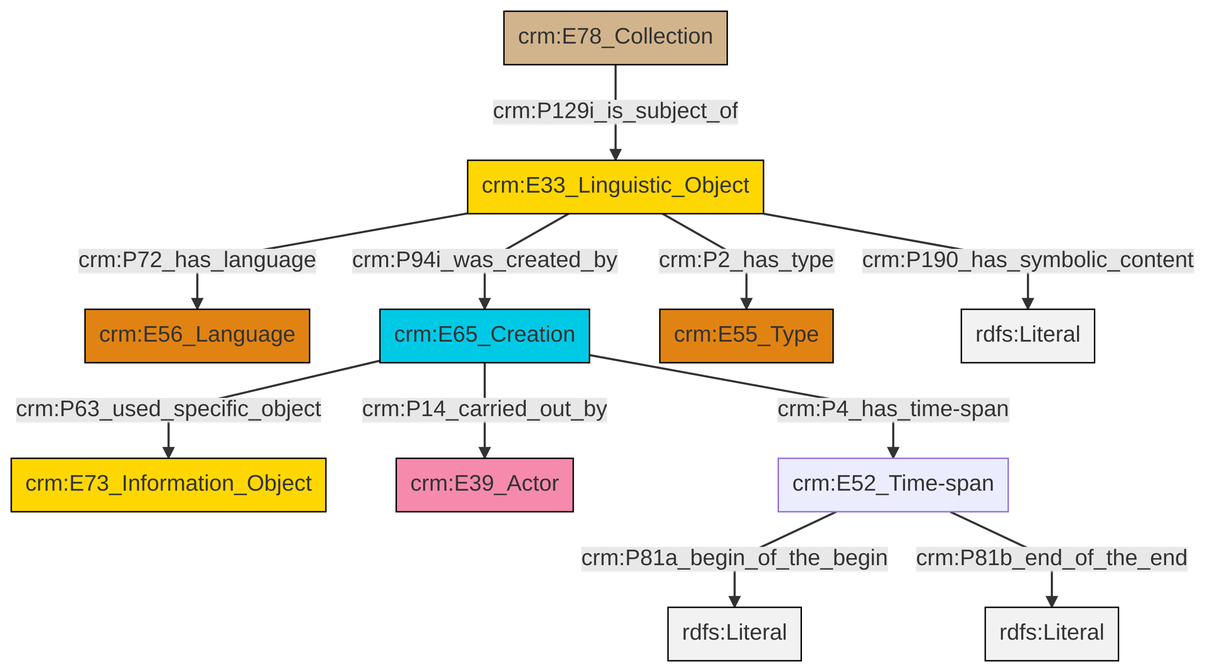
This is et/archivalCSV/ttl/mmd/png/archival_desc.png from swiss-art-research-net/docs.swissartresearch, a Mermaid export, as it was before one commit. Its source is kept beside it as et/archivalCSV/ttl/mmd/archival_desc.ttl.mmd.
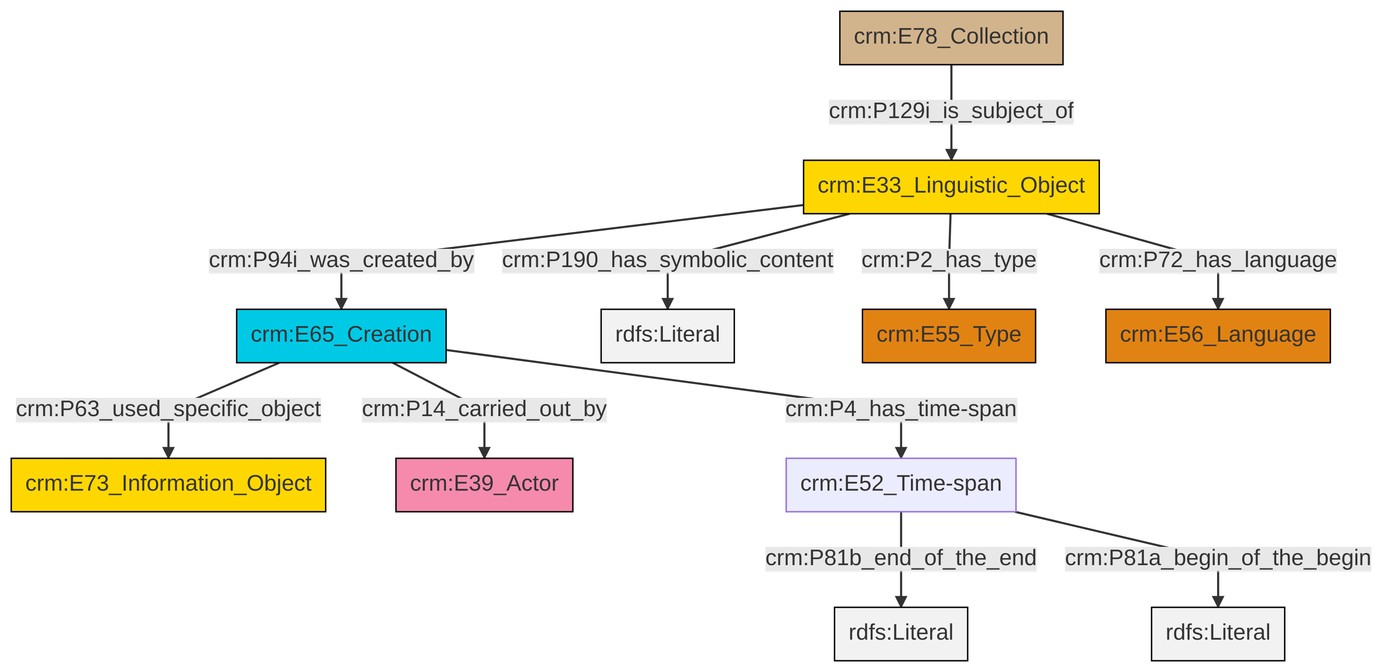
Later version of the same file.

What changed in the source:
```diff
@@ -13,13 +13,13 @@
 classDef PC_Classes fill:#4ce600, stroke:#000000;
 classDef Multi fill:#cccccc,stroke:#000000;
 
-0["crm:E78_Collection"]:::Physical_Thing -->|crm:P129i_is_subject_of| 1["crm:E33_Linguistic_Object"]:::Conceptual_Object
-1["crm:E33_Linguistic_Object"]:::Conceptual_Object -->|crm:P72_has_language| 3["crm:E56_Language"]:::Type
-4["crm:E65_Creation"]:::Temporal_Entity -->|crm:P63_used_specific_object| 5["crm:E73_Information_Object"]:::Conceptual_Object
-1["crm:E33_Linguistic_Object"]:::Conceptual_Object -->|crm:P94i_was_created_by| 4["crm:E65_Creation"]:::Temporal_Entity
-4["crm:E65_Creation"]:::Temporal_Entity -->|crm:P14_carried_out_by| 9["crm:E39_Actor"]:::Actor
-1["crm:E33_Linguistic_Object"]:::Conceptual_Object -->|crm:P190_has_symbolic_content| 15[rdfs:Literal]:::Literal
-11["crm:E52_Time-span"]:::Default -->|crm:P81a_begin_of_the_begin| 16[rdfs:Literal]:::Literal
-4["crm:E65_Creation"]:::Temporal_Entity -->|crm:P4_has_time-span| 11["crm:E52_Time-span"]:::Default
-1["crm:E33_Linguistic_Object"]:::Conceptual_Object -->|crm:P2_has_type| 6["crm:E55_Type"]:::Type
-11["crm:E52_Time-span"]:::Default -->|crm:P81b_end_of_the_end| 18[rdfs:Literal]:::Literal
+0["crm:E33_Linguistic_Object"]:::Conceptual_Object -->|crm:P94i_was_created_by| 1["crm:E65_Creation"]:::Temporal_Entity
+1["crm:E65_Creation"]:::Temporal_Entity -->|crm:P63_used_specific_object| 2["crm:E73_Information_Object"]:::Conceptual_Object
+1["crm:E65_Creation"]:::Temporal_Entity -->|crm:P4_has_time-span| 5["crm:E52_Time-span"]:::Default
+0["crm:E33_Linguistic_Object"]:::Conceptual_Object -->|crm:P190_has_symbolic_content| 6[rdfs:Literal]:::Literal
+5["crm:E52_Time-span"]:::Default -->|crm:P81b_end_of_the_end| 9[rdfs:Literal]:::Literal
+7["crm:E78_Collection"]:::Physical_Thing -->|crm:P129i_is_subject_of| 0["crm:E33_Linguistic_Object"]:::Conceptual_Object
+0["crm:E33_Linguistic_Object"]:::Conceptual_Object -->|crm:P2_has_type| 10["crm:E55_Type"]:::Type
+0["crm:E33_Linguistic_Object"]:::Conceptual_Object -->|crm:P72_has_language| 15["crm:E56_Language"]:::Type
+5["crm:E52_Time-span"]:::Default -->|crm:P81a_begin_of_the_begin| 17[rdfs:Literal]:::Literal
+1["crm:E65_Creation"]:::Temporal_Entity -->|crm:P14_carried_out_by| 3["crm:E39_Actor"]:::Actor
```
